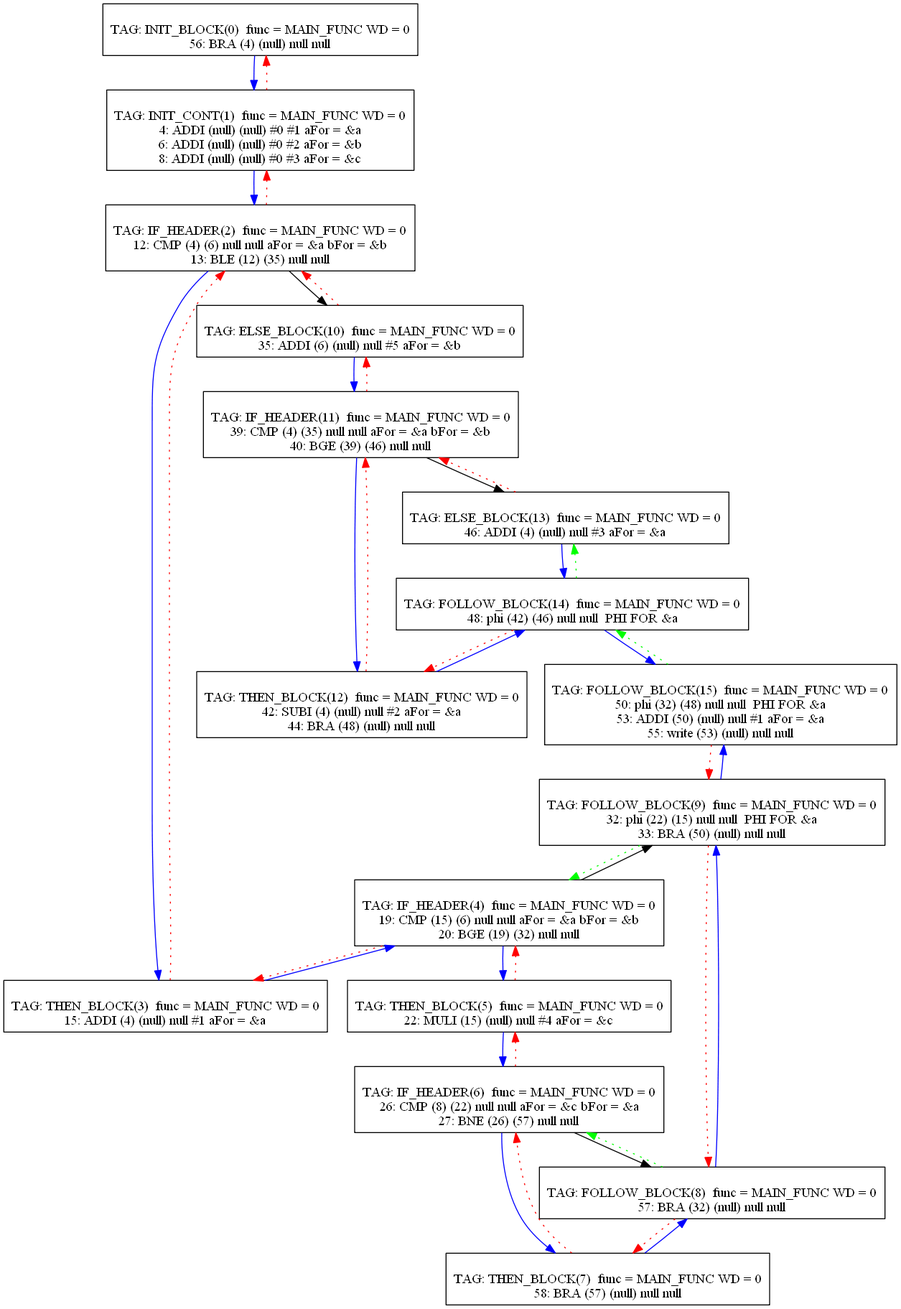
Earlier version of the Graphviz export Compiler/9graph.png (mbajaj92/Project-Astoria). Its source is kept beside it as Compiler/9graph.dot. Source of this version:
```dot
digraph {
0[label="
TAG: INIT_BLOCK(0)  func = MAIN_FUNC WD = 0
56: BRA (4) (null) null null
"];
0[shape=box];
0 -> 1[color=blue]
1[label="
TAG: INIT_CONT(1)  func = MAIN_FUNC WD = 0
4: ADDI (null) (null) #0 #1 aFor = &a
6: ADDI (null) (null) #0 #2 aFor = &b
8: ADDI (null) (null) #0 #3 aFor = &c
"];
1[shape=box];
1 -> 2[color=blue]
1 -> 0[color=red][style=dotted]
2[label="
TAG: IF_HEADER(2)  func = MAIN_FUNC WD = 0
12: CMP (4) (6) null null aFor = &a bFor = &b
13: BLE (12) (35) null null
"];
2[shape=box];
2 -> 3[color=blue]
2 -> 10[color=black]
2 -> 1[color=red][style=dotted]
3[label="
TAG: THEN_BLOCK(3)  func = MAIN_FUNC WD = 0
15: ADDI (4) (null) null #1 aFor = &a
"];
3[shape=box];
3 -> 4[color=blue]
3 -> 2[color=red][style=dotted]
4[label="
TAG: IF_HEADER(4)  func = MAIN_FUNC WD = 0
19: CMP (15) (6) null null aFor = &a bFor = &b
20: BGE (19) (32) null null
"];
4[shape=box];
4 -> 5[color=blue]
4 -> 9[color=black]
4 -> 3[color=red][style=dotted]
5[label="
TAG: THEN_BLOCK(5)  func = MAIN_FUNC WD = 0
22: MULI (15) (null) null #4 aFor = &c
"];
5[shape=box];
5 -> 6[color=blue]
5 -> 4[color=red][style=dotted]
6[label="
TAG: IF_HEADER(6)  func = MAIN_FUNC WD = 0
26: CMP (8) (22) null null aFor = &c bFor = &a
27: BNE (26) (57) null null
"];
6[shape=box];
6 -> 7[color=blue]
6 -> 8[color=black]
6 -> 5[color=red][style=dotted]
7[label="
TAG: THEN_BLOCK(7)  func = MAIN_FUNC WD = 0
58: BRA (57) (null) null null
"];
7[shape=box];
7 -> 8[color=blue]
7 -> 6[color=red][style=dotted]
8[label="
TAG: FOLLOW_BLOCK(8)  func = MAIN_FUNC WD = 0
57: BRA (32) (null) null null
"];
8[shape=box];
8 -> 9[color=blue]
8 -> 7[color=red][style=dotted]
8 -> 6[color=green][style=dotted]
9[label="
TAG: FOLLOW_BLOCK(9)  func = MAIN_FUNC WD = 0
32: phi (22) (15) null null  PHI FOR &a
33: BRA (50) (null) null null
"];
9[shape=box];
9 -> 15[color=blue]
9 -> 8[color=red][style=dotted]
9 -> 4[color=green][style=dotted]
10[label="
TAG: ELSE_BLOCK(10)  func = MAIN_FUNC WD = 0
35: ADDI (6) (null) null #5 aFor = &b
"];
10[shape=box];
10 -> 11[color=blue]
10 -> 2[color=red][style=dotted]
11[label="
TAG: IF_HEADER(11)  func = MAIN_FUNC WD = 0
39: CMP (4) (35) null null aFor = &a bFor = &b
40: BGE (39) (46) null null
"];
11[shape=box];
11 -> 12[color=blue]
11 -> 13[color=black]
11 -> 10[color=red][style=dotted]
12[label="
TAG: THEN_BLOCK(12)  func = MAIN_FUNC WD = 0
42: SUBI (4) (null) null #2 aFor = &a
44: BRA (48) (null) null null
"];
12[shape=box];
12 -> 14[color=blue]
12 -> 11[color=red][style=dotted]
13[label="
TAG: ELSE_BLOCK(13)  func = MAIN_FUNC WD = 0
46: ADDI (4) (null) null #3 aFor = &a
"];
13[shape=box];
13 -> 14[color=blue]
13 -> 11[color=red][style=dotted]
14[label="
TAG: FOLLOW_BLOCK(14)  func = MAIN_FUNC WD = 0
48: phi (42) (46) null null  PHI FOR &a
"];
14[shape=box];
14 -> 15[color=blue]
14 -> 12[color=red][style=dotted]
14 -> 13[color=green][style=dotted]
15[label="
TAG: FOLLOW_BLOCK(15)  func = MAIN_FUNC WD = 0
50: phi (32) (48) null null  PHI FOR &a
53: ADDI (50) (null) null #1 aFor = &a
55: write (53) (null) null null
"];
15[shape=box];
15 -> 9[color=red][style=dotted]
15 -> 14[color=green][style=dotted]
}
```
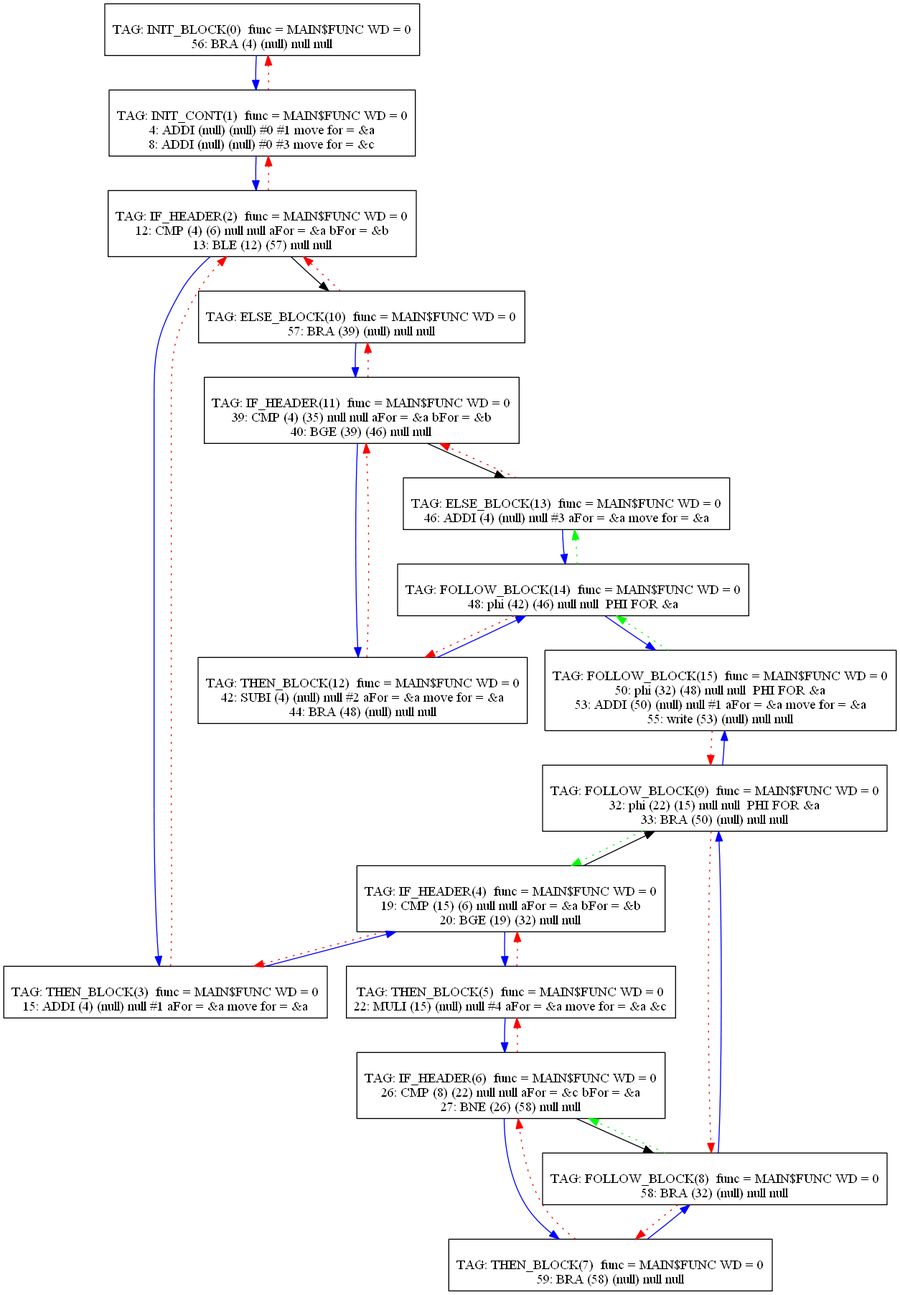
The same file after the commit.

The edit, as a diff of the source:
```diff
@@ -1,37 +1,36 @@
 digraph {
 0[label="
-TAG: INIT_BLOCK(0)  func = MAIN_FUNC WD = 0
+TAG: INIT_BLOCK(0)  func = MAIN$FUNC WD = 0
 56: BRA (4) (null) null null
 "];
 0[shape=box];
 0 -> 1[color=blue]
 1[label="
-TAG: INIT_CONT(1)  func = MAIN_FUNC WD = 0
-4: ADDI (null) (null) #0 #1 aFor = &a
-6: ADDI (null) (null) #0 #2 aFor = &b
-8: ADDI (null) (null) #0 #3 aFor = &c
+TAG: INIT_CONT(1)  func = MAIN$FUNC WD = 0
+4: ADDI (null) (null) #0 #1 move for = &a
+8: ADDI (null) (null) #0 #3 move for = &c
 "];
 1[shape=box];
 1 -> 2[color=blue]
 1 -> 0[color=red][style=dotted]
 2[label="
-TAG: IF_HEADER(2)  func = MAIN_FUNC WD = 0
+TAG: IF_HEADER(2)  func = MAIN$FUNC WD = 0
 12: CMP (4) (6) null null aFor = &a bFor = &b
-13: BLE (12) (35) null null
+13: BLE (12) (57) null null
 "];
 2[shape=box];
 2 -> 3[color=blue]
 2 -> 10[color=black]
 2 -> 1[color=red][style=dotted]
 3[label="
-TAG: THEN_BLOCK(3)  func = MAIN_FUNC WD = 0
-15: ADDI (4) (null) null #1 aFor = &a
+TAG: THEN_BLOCK(3)  func = MAIN$FUNC WD = 0
+15: ADDI (4) (null) null #1 aFor = &a move for = &a
 "];
 3[shape=box];
 3 -> 4[color=blue]
 3 -> 2[color=red][style=dotted]
 4[label="
-TAG: IF_HEADER(4)  func = MAIN_FUNC WD = 0
+TAG: IF_HEADER(4)  func = MAIN$FUNC WD = 0
 19: CMP (15) (6) null null aFor = &a bFor = &b
 20: BGE (19) (32) null null
 "];
@@ -40,38 +39,38 @@
 4 -> 9[color=black]
 4 -> 3[color=red][style=dotted]
 5[label="
-TAG: THEN_BLOCK(5)  func = MAIN_FUNC WD = 0
-22: MULI (15) (null) null #4 aFor = &c
+TAG: THEN_BLOCK(5)  func = MAIN$FUNC WD = 0
+22: MULI (15) (null) null #4 aFor = &a move for = &a &c
 "];
 5[shape=box];
 5 -> 6[color=blue]
 5 -> 4[color=red][style=dotted]
 6[label="
-TAG: IF_HEADER(6)  func = MAIN_FUNC WD = 0
+TAG: IF_HEADER(6)  func = MAIN$FUNC WD = 0
 26: CMP (8) (22) null null aFor = &c bFor = &a
-27: BNE (26) (57) null null
+27: BNE (26) (58) null null
 "];
 6[shape=box];
 6 -> 7[color=blue]
 6 -> 8[color=black]
 6 -> 5[color=red][style=dotted]
 7[label="
-TAG: THEN_BLOCK(7)  func = MAIN_FUNC WD = 0
-58: BRA (57) (null) null null
+TAG: THEN_BLOCK(7)  func = MAIN$FUNC WD = 0
+59: BRA (58) (null) null null
 "];
 7[shape=box];
 7 -> 8[color=blue]
 7 -> 6[color=red][style=dotted]
 8[label="
-TAG: FOLLOW_BLOCK(8)  func = MAIN_FUNC WD = 0
-57: BRA (32) (null) null null
+TAG: FOLLOW_BLOCK(8)  func = MAIN$FUNC WD = 0
+58: BRA (32) (null) null null
 "];
 8[shape=box];
 8 -> 9[color=blue]
 8 -> 7[color=red][style=dotted]
 8 -> 6[color=green][style=dotted]
 9[label="
-TAG: FOLLOW_BLOCK(9)  func = MAIN_FUNC WD = 0
+TAG: FOLLOW_BLOCK(9)  func = MAIN$FUNC WD = 0
 32: phi (22) (15) null null  PHI FOR &a
 33: BRA (50) (null) null null
 "];
@@ -80,14 +79,14 @@
 9 -> 8[color=red][style=dotted]
 9 -> 4[color=green][style=dotted]
 10[label="
-TAG: ELSE_BLOCK(10)  func = MAIN_FUNC WD = 0
-35: ADDI (6) (null) null #5 aFor = &b
+TAG: ELSE_BLOCK(10)  func = MAIN$FUNC WD = 0
+57: BRA (39) (null) null null
 "];
 10[shape=box];
 10 -> 11[color=blue]
 10 -> 2[color=red][style=dotted]
 11[label="
-TAG: IF_HEADER(11)  func = MAIN_FUNC WD = 0
+TAG: IF_HEADER(11)  func = MAIN$FUNC WD = 0
 39: CMP (4) (35) null null aFor = &a bFor = &b
 40: BGE (39) (46) null null
 "];
@@ -96,22 +95,22 @@
 11 -> 13[color=black]
 11 -> 10[color=red][style=dotted]
 12[label="
-TAG: THEN_BLOCK(12)  func = MAIN_FUNC WD = 0
-42: SUBI (4) (null) null #2 aFor = &a
+TAG: THEN_BLOCK(12)  func = MAIN$FUNC WD = 0
+42: SUBI (4) (null) null #2 aFor = &a move for = &a
 44: BRA (48) (null) null null
 "];
 12[shape=box];
 12 -> 14[color=blue]
 12 -> 11[color=red][style=dotted]
 13[label="
-TAG: ELSE_BLOCK(13)  func = MAIN_FUNC WD = 0
-46: ADDI (4) (null) null #3 aFor = &a
+TAG: ELSE_BLOCK(13)  func = MAIN$FUNC WD = 0
+46: ADDI (4) (null) null #3 aFor = &a move for = &a
 "];
 13[shape=box];
 13 -> 14[color=blue]
 13 -> 11[color=red][style=dotted]
 14[label="
-TAG: FOLLOW_BLOCK(14)  func = MAIN_FUNC WD = 0
+TAG: FOLLOW_BLOCK(14)  func = MAIN$FUNC WD = 0
 48: phi (42) (46) null null  PHI FOR &a
 "];
 14[shape=box];
@@ -119,9 +118,9 @@
 14 -> 12[color=red][style=dotted]
 14 -> 13[color=green][style=dotted]
 15[label="
-TAG: FOLLOW_BLOCK(15)  func = MAIN_FUNC WD = 0
+TAG: FOLLOW_BLOCK(15)  func = MAIN$FUNC WD = 0
 50: phi (32) (48) null null  PHI FOR &a
-53: ADDI (50) (null) null #1 aFor = &a
+53: ADDI (50) (null) null #1 aFor = &a move for = &a
 55: write (53) (null) null null
 "];
 15[shape=box];
```
